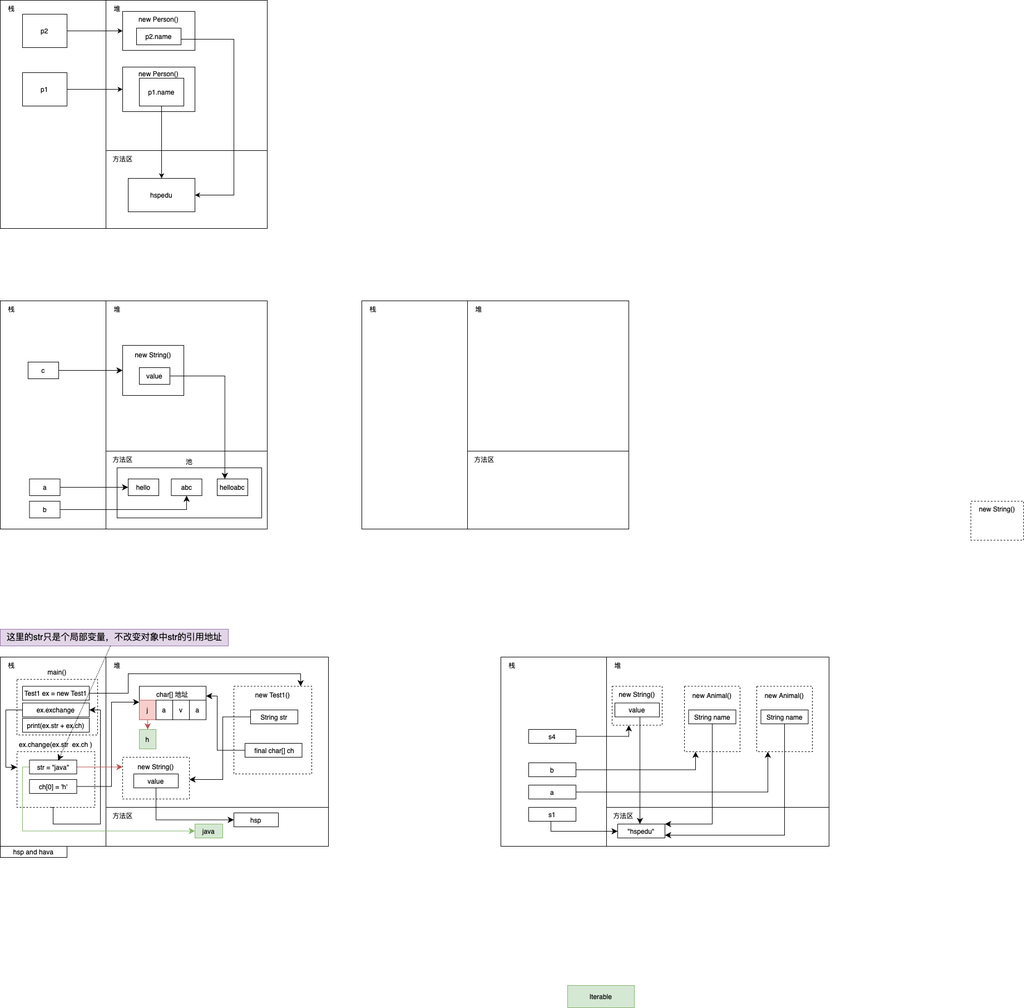
Stolorzs/Picgo keeps this draw.io diagram as drawio/White.png. Above is the earlier version. Source tidied: cells renumbered, new cells last; positions are measured from the earlier drawing's top-left corner, leaving out a move shared by most shapes.
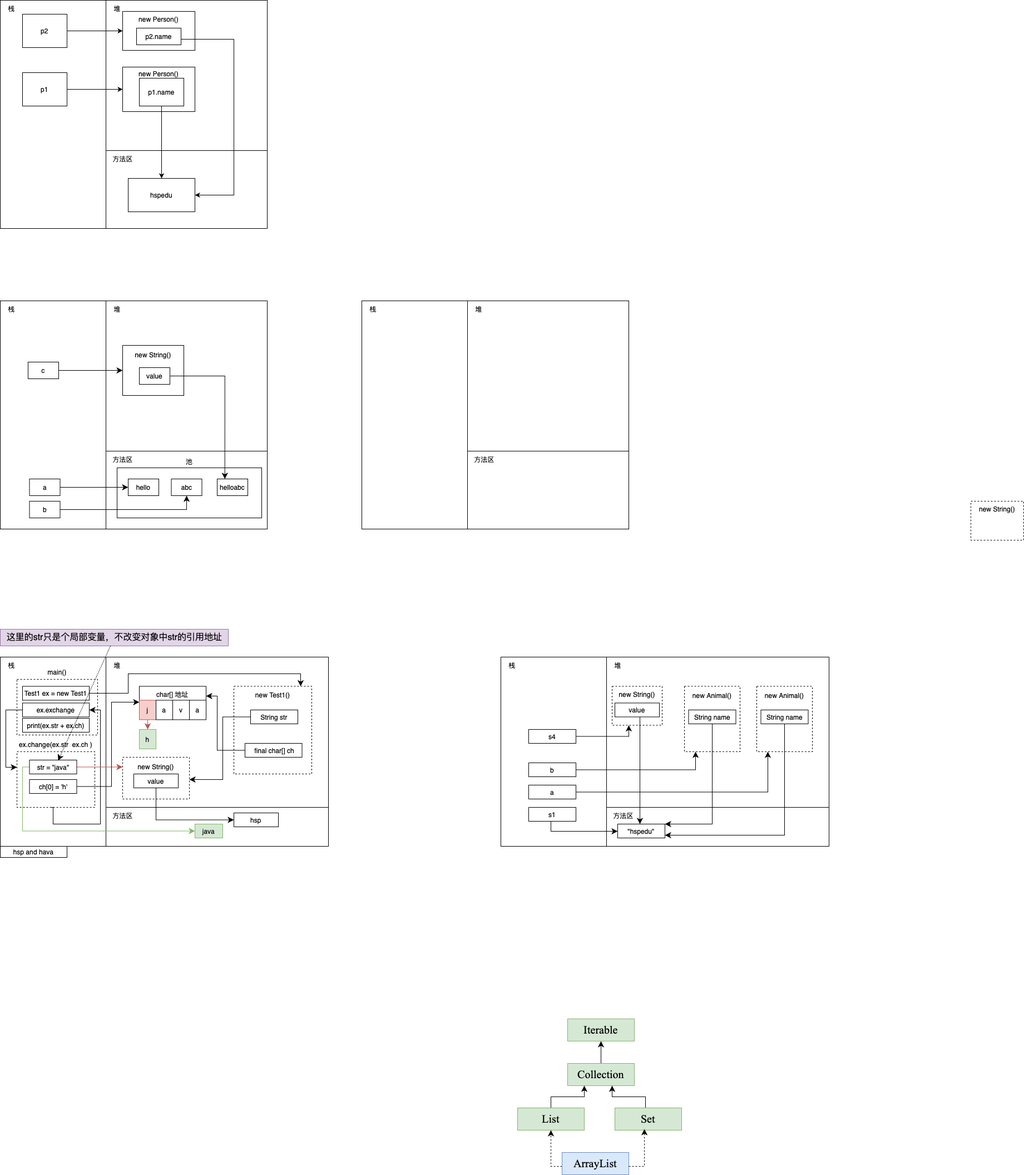
The same file after the commit.

The edit, as a diff of the source:
```diff
@@ -418,8 +418,50 @@
     <mxCell id="112" value="a" style="rounded=0;whiteSpace=wrap;html=1;" parent="1" vertex="1">
       <mxGeometry x="950" y="1410" width="85" height="25" as="geometry" />
     </mxCell>
-    <mxCell id="113" value="Iterable" style="rounded=0;whiteSpace=wrap;html=1;fillColor=#d5e8d4;strokeColor=#82b366;" parent="1" vertex="1">
-      <mxGeometry x="1020" y="1770" width="120" height="40" as="geometry" />
+    <mxCell id="113" value="&lt;font face=&quot;Times New Roman&quot; style=&quot;font-size: 20px;&quot;&gt;Iterable&lt;/font&gt;" style="rounded=0;whiteSpace=wrap;html=1;fillColor=#d5e8d4;strokeColor=#82b366;fontStyle=0;fontSize=20;" parent="1" vertex="1">
+      <mxGeometry x="1020" y="1830" width="120" height="40" as="geometry" />
     </mxCell>
+    <mxCell id="114" style="edgeStyle=none;curved=1;rounded=0;jettySize=auto;html=1;entryX=0.5;entryY=1;entryDx=0;entryDy=0;fontSize=12;startSize=8;endSize=8;" parent="1" edge="1" source="115" target="113">
+      <mxGeometry relative="1" as="geometry" />
+    </mxCell>
+    <mxCell id="115" value="&lt;font face=&quot;Times New Roman&quot; style=&quot;font-size: 20px;&quot;&gt;Collection&lt;/font&gt;" style="rounded=0;whiteSpace=wrap;html=1;fillColor=#d5e8d4;strokeColor=#82b366;fontStyle=0;fontSize=20;" parent="1" vertex="1">
+      <mxGeometry x="1020" y="1910" width="120" height="40" as="geometry" />
+    </mxCell>
+    <mxCell id="116" style="edgeStyle=orthogonalEdgeStyle;rounded=0;jettySize=auto;html=1;fontSize=12;startSize=8;endSize=8;strokeColor=default;align=center;verticalAlign=middle;fontFamily=Helvetica;fontColor=default;labelBackgroundColor=default;endArrow=classic;entryX=0.25;entryY=1;entryDx=0;entryDy=0;" parent="1" edge="1" source="117" target="115">
+      <mxGeometry relative="1" as="geometry" />
+    </mxCell>
+    <mxCell id="117" value="&lt;font face=&quot;Times New Roman&quot; style=&quot;font-size: 20px;&quot;&gt;List&lt;/font&gt;" style="rounded=0;whiteSpace=wrap;html=1;fillColor=#d5e8d4;strokeColor=#82b366;fontStyle=0;fontSize=20;" parent="1" vertex="1">
+      <mxGeometry x="930" y="1990" width="120" height="40" as="geometry" />
+    </mxCell>
+    <mxCell id="118" style="edgeStyle=orthogonalEdgeStyle;rounded=0;jettySize=auto;html=1;fontSize=12;startSize=8;endSize=8;" parent="1" edge="1" source="119" target="115">
+      <mxGeometry relative="1" as="geometry">
+        <Array as="points">
+          <mxPoint x="1160" y="1970" />
+          <mxPoint x="1100" y="1970" />
+        </Array>
+      </mxGeometry>
+    </mxCell>
+    <mxCell id="119" value="&lt;font face=&quot;Times New Roman&quot;&gt;Set&lt;/font&gt;" style="rounded=0;whiteSpace=wrap;html=1;fillColor=#d5e8d4;strokeColor=#82b366;fontStyle=0;fontSize=20;" parent="1" vertex="1">
+      <mxGeometry x="1105" y="1990" width="120" height="40" as="geometry" />
+    </mxCell>
+    <mxCell id="120" style="edgeStyle=orthogonalEdgeStyle;rounded=0;jettySize=auto;html=1;entryX=0.5;entryY=1;entryDx=0;entryDy=0;fontSize=12;startSize=8;endSize=8;dashed=1;strokeColor=default;align=center;verticalAlign=middle;fontFamily=Helvetica;fontColor=default;labelBackgroundColor=default;endArrow=classic;" parent="1" edge="1" source="121" target="117">
+      <mxGeometry relative="1" as="geometry">
+        <Array as="points">
+          <mxPoint x="1040" y="2095" />
+          <mxPoint x="990" y="2095" />
+        </Array>
+      </mxGeometry>
+    </mxCell>
+    <mxCell id="121" value="&lt;font face=&quot;Times New Roman&quot; style=&quot;font-size: 20px;&quot;&gt;ArrayList&lt;/font&gt;" style="rounded=0;whiteSpace=wrap;html=1;fillColor=#dae8fc;strokeColor=#6c8ebf;fontStyle=0;fontSize=20;" parent="1" vertex="1">
+      <mxGeometry x="1010" y="2070" width="120" height="40" as="geometry" />
+    </mxCell>
+    <mxCell id="122" style="edgeStyle=orthogonalEdgeStyle;rounded=0;jettySize=auto;html=1;entryX=0.442;entryY=0.95;entryDx=0;entryDy=0;entryPerimeter=0;fontSize=12;startSize=8;endSize=8;dashed=1;" parent="1" edge="1" source="121" target="119">
+      <mxGeometry relative="1" as="geometry">
+        <Array as="points">
+          <mxPoint x="1110" y="2095" />
+          <mxPoint x="1158" y="2095" />
+        </Array>
+      </mxGeometry>
+    </mxCell>
   </root>
 </mxGraphModel>
```
